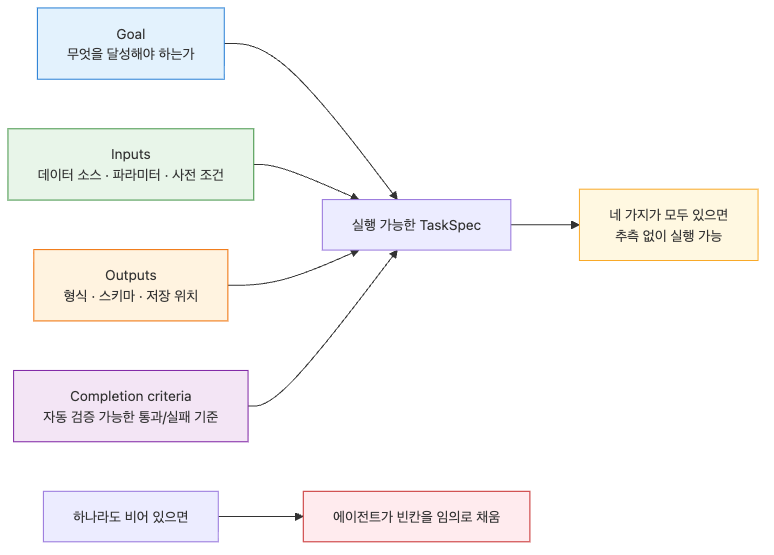
This is assets/harness-engineering-101/02/02-02-the-four-components-of-a-task.ko.png from yeongseon-books/book-content, a Mermaid export, as it was before one commit. Its source is kept beside it as assets/harness-engineering-101/02/02-02-the-four-components-of-a-task.ko.mmd. Source of this version:
```mermaid
flowchart LR
    목표["Goal\n무엇을 달성해야 하는가"] --> 명세["실행 가능한 TaskSpec"]
    입력["Inputs\n데이터 소스 · 파라미터 · 사전 조건"] --> 명세
    출력["Outputs\n형식 · 스키마 · 저장 위치"] --> 명세
    기준["Completion criteria\n자동 검증 가능한 통과/실패 기준"] --> 명세

    명세 --> 준비["네 가지가 모두 있으면\n추측 없이 실행 가능"]
    누락["하나라도 비어 있으면"] --> 추측["에이전트가 빈칸을 임의로 채움"]

    style 목표 fill:#e3f2fd,stroke:#1976d2
    style 입력 fill:#e8f5e9,stroke:#388e3c
    style 출력 fill:#fff3e0,stroke:#ef6c00
    style 기준 fill:#f3e5f5,stroke:#7b1fa2
    style 준비 fill:#fff8e1,stroke:#f9a825
    style 추측 fill:#ffebee,stroke:#c62828
```
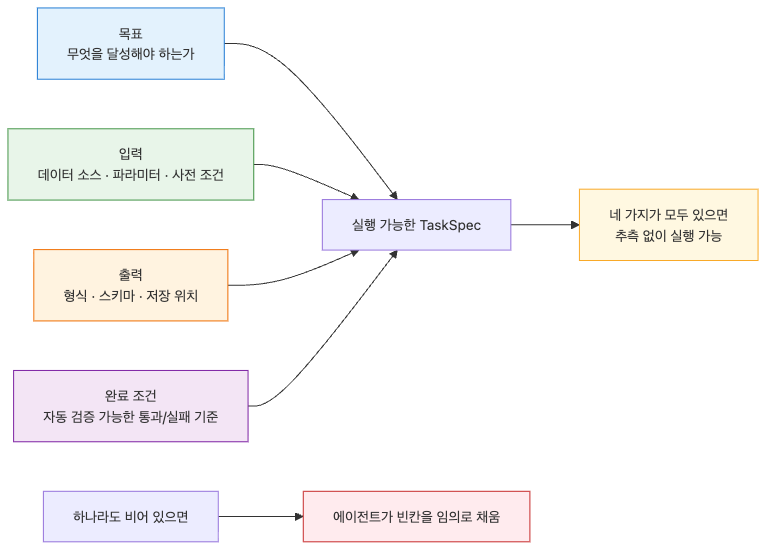
After the commit.

Diff of the diagram source:
```diff
@@ -1,8 +1,8 @@
 flowchart LR
-    목표["Goal\n무엇을 달성해야 하는가"] --> 명세["실행 가능한 TaskSpec"]
-    입력["Inputs\n데이터 소스 · 파라미터 · 사전 조건"] --> 명세
-    출력["Outputs\n형식 · 스키마 · 저장 위치"] --> 명세
-    기준["Completion criteria\n자동 검증 가능한 통과/실패 기준"] --> 명세
+    목표["목표\n무엇을 달성해야 하는가"] --> 명세["실행 가능한 TaskSpec"]
+    입력["입력\n데이터 소스 · 파라미터 · 사전 조건"] --> 명세
+    출력["출력\n형식 · 스키마 · 저장 위치"] --> 명세
+    기준["완료 조건\n자동 검증 가능한 통과/실패 기준"] --> 명세
 
     명세 --> 준비["네 가지가 모두 있으면\n추측 없이 실행 가능"]
     누락["하나라도 비어 있으면"] --> 추측["에이전트가 빈칸을 임의로 채움"]
```
